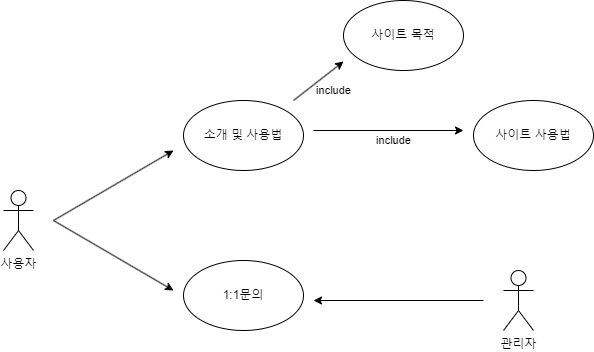
Earlier version of the draw.io export 수정/고객센터-수정.png (Yoon-jae-min/UsecaseDiagram). Source tidied: cells renumbered, new cells last; positions are measured from the earlier drawing's top-left corner, leaving out a move shared by most shapes.
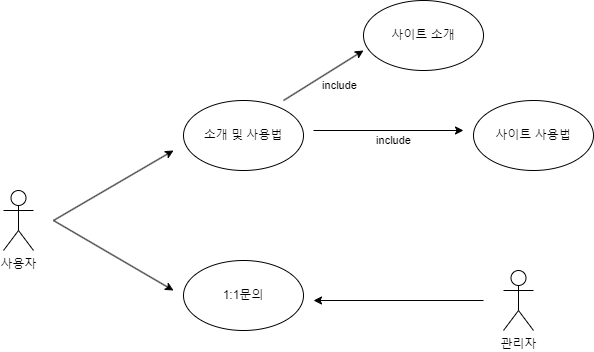
The same file after the commit.

Commit message:
고객센터-수정.png 업데이트

The edit, as a diff of the source:
```diff
@@ -14,8 +14,8 @@
     <mxCell id="5" value="관리자" style="shape=umlActor;verticalLabelPosition=bottom;verticalAlign=top;html=1;fillColor=none;" parent="1" vertex="1">
       <mxGeometry x="500" y="270" width="30" height="60" as="geometry" />
     </mxCell>
-    <mxCell id="6" value="사이트 목적" style="ellipse;whiteSpace=wrap;html=1;fillColor=none;" parent="1" vertex="1">
-      <mxGeometry x="340" width="120" height="70" as="geometry" />
+    <mxCell id="6" value="사이트 소개" style="ellipse;whiteSpace=wrap;html=1;fillColor=none;" parent="1" vertex="1">
+      <mxGeometry x="360" width="120" height="70" as="geometry" />
     </mxCell>
     <mxCell id="7" value="사이트 사용법" style="ellipse;whiteSpace=wrap;html=1;fillColor=none;" parent="1" vertex="1">
       <mxGeometry x="470" y="100" width="120" height="70" as="geometry" />
@@ -40,8 +40,8 @@
     </mxCell>
     <mxCell id="11" value="include" style="endArrow=classic;html=1;rounded=0;labelBackgroundColor=none;" parent="1" edge="1">
       <mxGeometry x="0.19" y="-17" relative="1" as="geometry">
-        <mxPoint x="290" y="100" as="sourcePoint" />
-        <mxPoint x="340" y="61" as="targetPoint" />
+        <mxPoint x="280" y="100" as="sourcePoint" />
+        <mxPoint x="360" y="50" as="targetPoint" />
       </mxGeometry>
     </mxCell>
     <mxCell id="12" style="endArrow=classic;html=1;rounded=0;" parent="1" edge="1">
```
